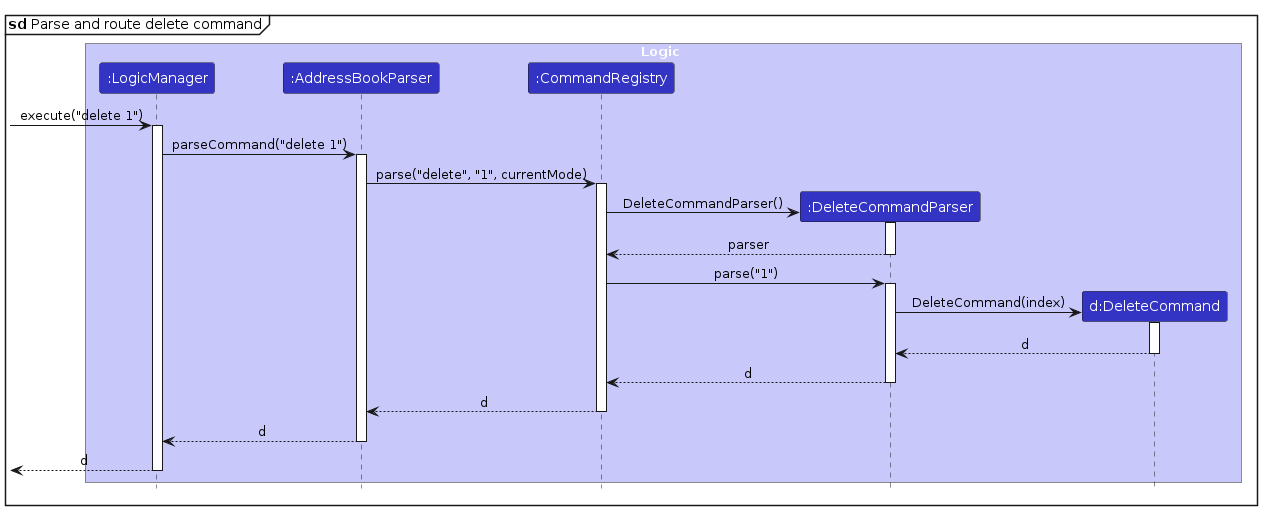
AY2526S2-CS2103T-T15-2/tp keeps this PlantUML diagram as diagrams/DeleteParseSequenceDiagram.png. Above is the earlier version. Its source is kept beside it as diagrams/DeleteParseSequenceDiagram.puml.
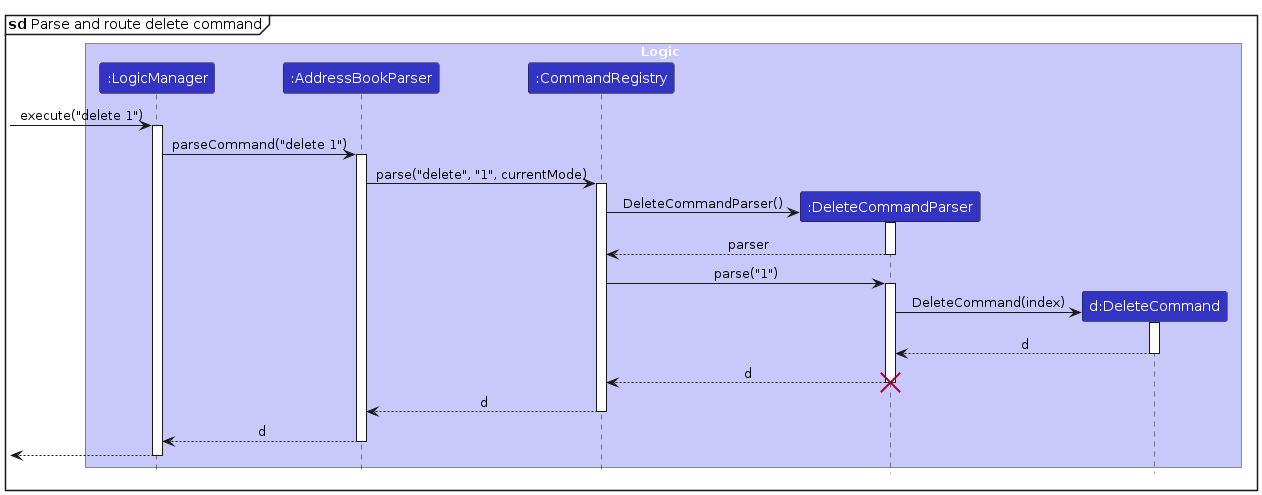
After the commit.

Diff of the diagram source:
```diff
@@ -38,6 +38,7 @@
 
 DeleteCommandParser --> CommandRegistry : d
 deactivate DeleteCommandParser
+destroy DeleteCommandParser
 
 CommandRegistry --> AddressBookParser : d
 deactivate CommandRegistry
@@ -45,6 +46,6 @@
 AddressBookParser --> LogicManager : d
 deactivate AddressBookParser
 
-[<-- LogicManager : d
+[<-- LogicManager
 deactivate LogicManager
 @enduml
```
